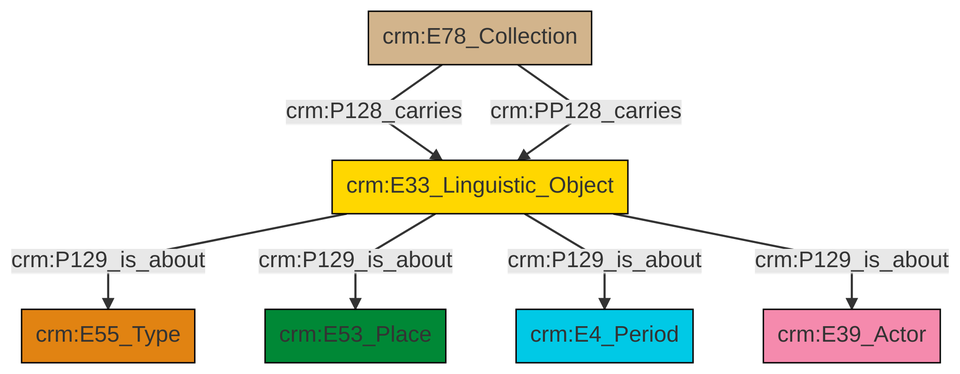
Before: et/archivalCSV/ttl/mmd/png/archival_aboutness.png, a diagram exported from Mermaid (swiss-art-research-net/docs.swissartresearch). Its source is kept beside it as et/archivalCSV/ttl/mmd/archival_aboutness.ttl.mmd.
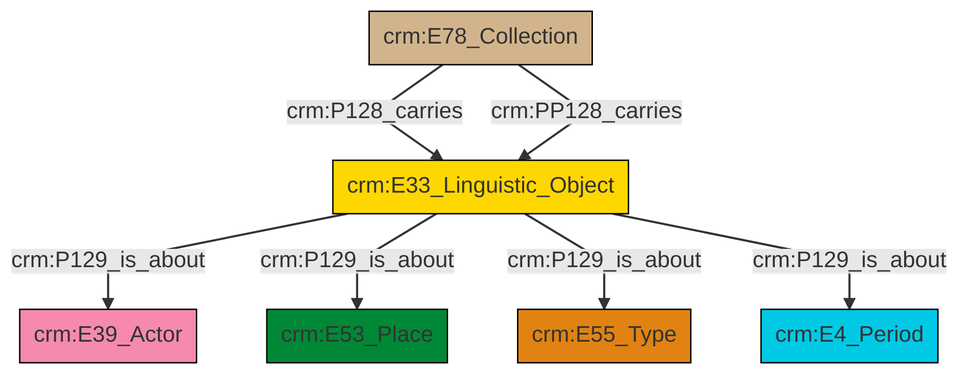
After the change.

Change to the diagram source:
```diff
@@ -13,9 +13,9 @@
 classDef PC_Classes fill:#4ce600, stroke:#000000;
 classDef Multi fill:#cccccc,stroke:#000000;
 
-6["crm:E33_Linguistic_Object"]:::Conceptual_Object -->|crm:P129_is_about| 0["crm:E55_Type"]:::Type
-4["crm:E78_Collection"]:::Physical_Thing -->|crm:P128_carries| 6["crm:E33_Linguistic_Object"]:::Conceptual_Object
-4["crm:E78_Collection"]:::Physical_Thing -->|crm:PP128_carries| 6["crm:E33_Linguistic_Object"]:::Conceptual_Object
-6["crm:E33_Linguistic_Object"]:::Conceptual_Object -->|crm:P129_is_about| 8["crm:E53_Place"]:::Place
-6["crm:E33_Linguistic_Object"]:::Conceptual_Object -->|crm:P129_is_about| 10["crm:E4_Period"]:::Temporal_Entity
-6["crm:E33_Linguistic_Object"]:::Conceptual_Object -->|crm:P129_is_about| 2["crm:E39_Actor"]:::Actor
+0["crm:E33_Linguistic_Object"]:::Conceptual_Object -->|crm:P129_is_about| 2["crm:E39_Actor"]:::Actor
+0["crm:E33_Linguistic_Object"]:::Conceptual_Object -->|crm:P129_is_about| 3["crm:E53_Place"]:::Place
+0["crm:E33_Linguistic_Object"]:::Conceptual_Object -->|crm:P129_is_about| 4["crm:E55_Type"]:::Type
+6["crm:E78_Collection"]:::Physical_Thing -->|crm:P128_carries| 0["crm:E33_Linguistic_Object"]:::Conceptual_Object
+6["crm:E78_Collection"]:::Physical_Thing -->|crm:PP128_carries| 0["crm:E33_Linguistic_Object"]:::Conceptual_Object
+0["crm:E33_Linguistic_Object"]:::Conceptual_Object -->|crm:P129_is_about| 8["crm:E4_Period"]:::Temporal_Entity
```
